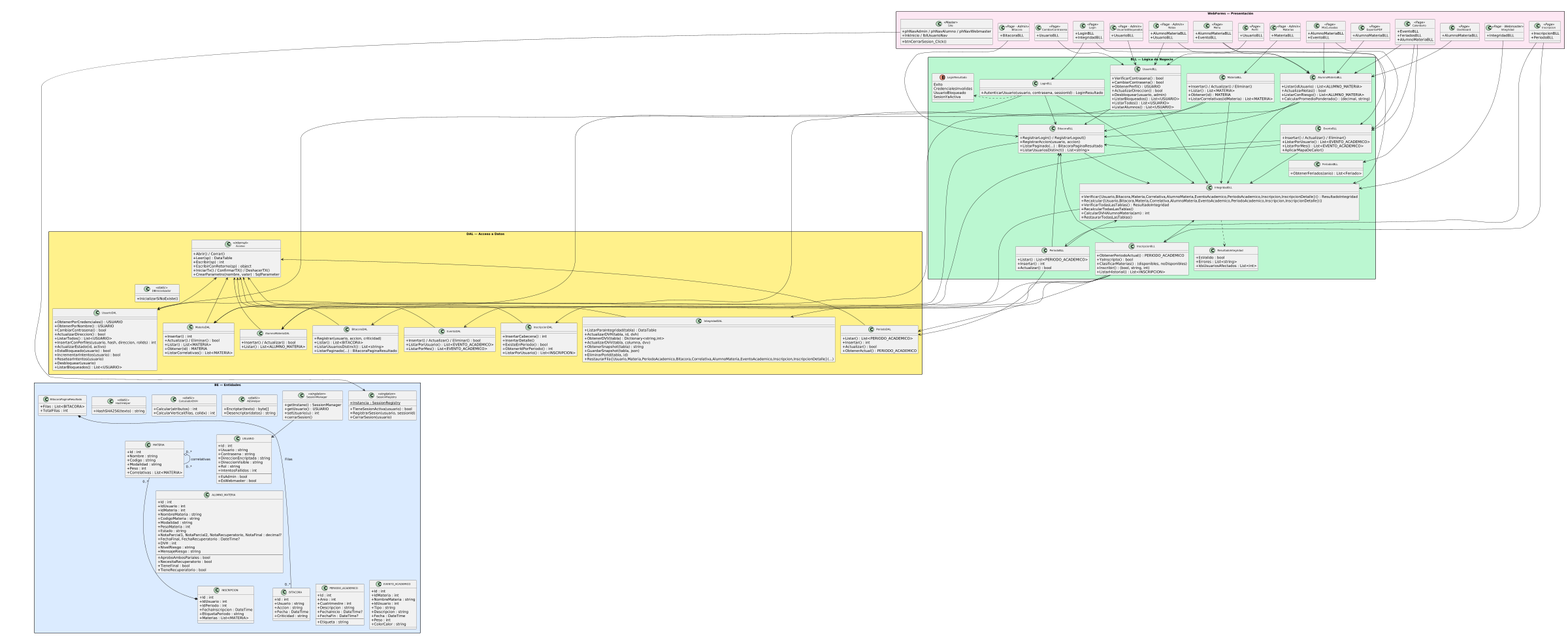
Before: DIAGRAMAS/DiagramaClases.png, a diagram exported from PlantUML (Urrels/tpDYAWeb).
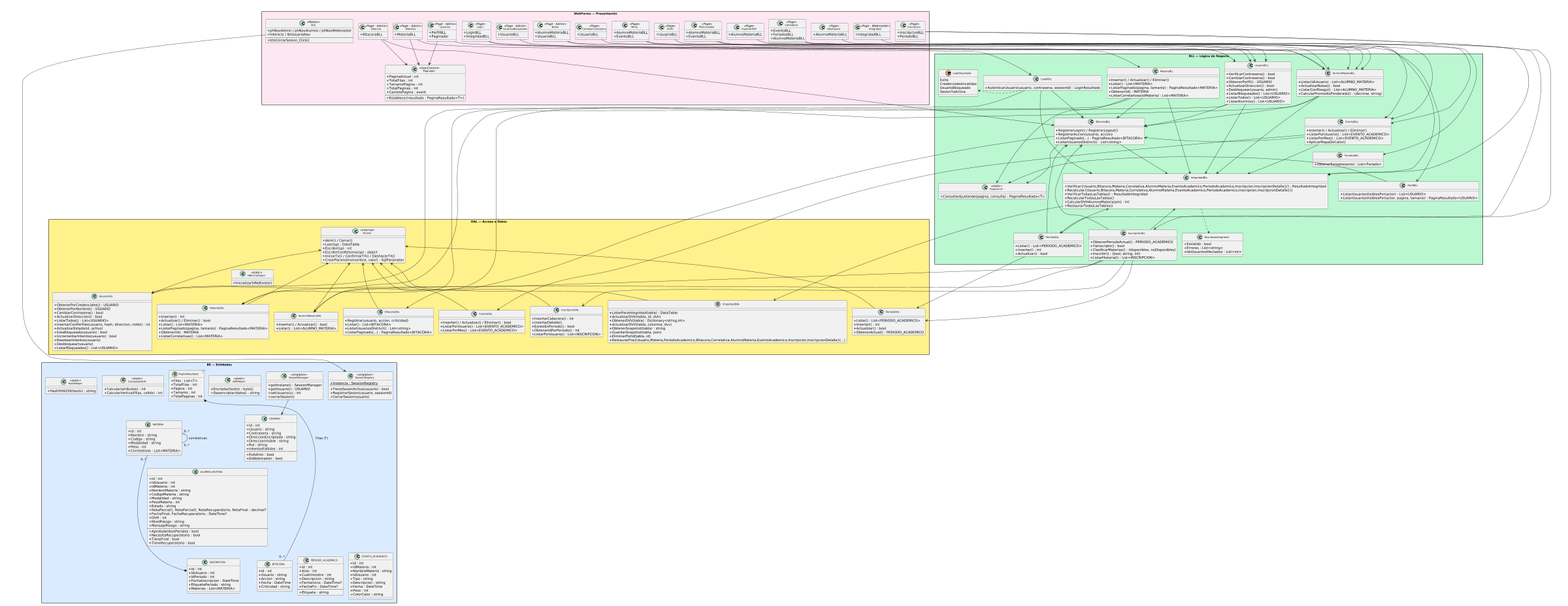
The same file after the commit.

Commit message:
docs(diagramas): reflejar el paginado en el diagrama de clases y en la secuencia del CU12

Diff of the diagram source:
```diff
@@ -94,9 +94,12 @@
     +Criticidad : string
   }
 
-  class BitacoraPaginaResultado {
-    +Filas : List<BITACORA>
+  class "PaginaResultado<T>" as PaginaResultado {
+    +Filas : List<T>
     +TotalFilas : int
+    +Pagina : int
+    +Tamanio : int
+    +TotalPaginas : int
   }
 
   class AESHelper <<static>> {
@@ -129,7 +132,7 @@
 
   MATERIA "0..*" o-- "0..*" MATERIA : correlativas
   INSCRIPCION *-- "0..*" MATERIA
-  BitacoraPaginaResultado *-- "0..*" BITACORA : Filas
+  PaginaResultado *-- "0..*" BITACORA : Filas (T)
   SessionManager --> USUARIO
 
   USUARIO               -[hidden]right-> MATERIA
@@ -138,8 +141,8 @@
   INSCRIPCION            -[hidden]right-> PERIODO_ACADEMICO
   PERIODO_ACADEMICO      -[hidden]right-> EVENTO_ACADEMICO
   EVENTO_ACADEMICO       -[hidden]right-> BITACORA
-  BITACORA               -[hidden]right-> BitacoraPaginaResultado
-  BitacoraPaginaResultado -[hidden]right-> AESHelper
+  BITACORA               -[hidden]right-> PaginaResultado
+  PaginaResultado -[hidden]right-> AESHelper
   AESHelper              -[hidden]right-> HashHelper
   HashHelper             -[hidden]right-> CalculadorDVH
   CalculadorDVH          -[hidden]right-> SessionManager
@@ -180,6 +183,7 @@
     +Insertar() : int
     +Actualizar() / Eliminar() : bool
     +Listar() : List<MATERIA>
+    +ListarPaginado(pagina, tamanio) : PaginaResultado<MATERIA>
     +Obtener(id) : MATERIA
     +ListarCorrelativas() : List<MATERIA>
   }
@@ -208,7 +212,7 @@
     +Registrar(usuario, accion, criticidad)
     +Listar() : List<BITACORA>
     +ListarUsuariosDistinct() : List<string>
-    +ListarPaginado(...) : BitacoraPaginaResultado
+    +ListarPaginado(...) : PaginaResultado<BITACORA>
   }
 
   class EventoDAL {
@@ -275,6 +279,7 @@
   class MateriaBLL {
     +Insertar() / Actualizar() / Eliminar()
     +Listar() : List<MATERIA>
+    +ListarPaginado(pagina, tamanio) : PaginaResultado<MATERIA>
     +Obtener(id) : MATERIA
     +ListarCorrelativas(idMateria) : List<MATERIA>
   }
@@ -309,7 +314,7 @@
   class BitacoraBLL {
     +RegistrarLogin() / RegistrarLogout()
     +RegistrarAccion(usuario, accion)
-    +ListarPaginado(...) : BitacoraPaginaResultado
+    +ListarPaginado(...) : PaginaResultado<BITACORA>
     +ListarUsuariosDistinct() : List<string>
   }
 
@@ -331,6 +336,15 @@
     +RecalcularTodasLasTablas()
     +CalcularDVHAlumnoMateria(am) : int
     +RestaurarTodasLasTablas()
+  }
+
+  class PerfilBLL {
+    +ListarUsuariosVisiblesPor(actor) : List<USUARIO>
+    +ListarUsuariosVisiblesPor(actor, pagina, tamanio) : PaginaResultado<USUARIO>
+  }
+
+  class Paginacion <<static>> {
+    +ConsultarAjustando(pagina, consulta) : PaginaResultado<T>
   }
 
   LoginBLL         ..> LoginResultado
@@ -363,6 +377,9 @@
   EventoBLL        --> BitacoraBLL
   EventoBLL        --> IntegridadBLL
   IntegridadBLL    --> IntegridadDAL
+  MateriaBLL       --> Paginacion
+  BitacoraBLL      --> Paginacion
+  PerfilBLL        --> Paginacion
 
   LoginBLL         -[hidden]right-> LoginResultado
   LoginResultado   -[hidden]right-> UsuarioBLL
@@ -375,6 +392,8 @@
   BitacoraBLL      -[hidden]right-> EventoBLL
   EventoBLL        -[hidden]right-> FeriadosBLL
   FeriadosBLL      -[hidden]right-> IntegridadBLL
+  IntegridadBLL    -[hidden]right-> PerfilBLL
+  PerfilBLL        -[hidden]right-> Paginacion
 }
 
 package "WebForms — Presentación" as WEB #FCE7F3 {
@@ -441,6 +460,21 @@
     +BitacoraBLL
   }
 
+  class Usuarios <<Page · Admin>> {
+    +PerfilBLL
+    +Paginador
+  }
+
+  class Paginador <<UserControl>> {
+    +PaginaActual : int
+    +TotalFilas : int
+    +TamanioPagina : int
+    +TotalPaginas : int
+    +CambioPagina : event
+    --
+    +Establecer(resultado : PaginaResultado<T>)
+  }
+
   class UsuariosBloqueados <<Page · Admin>> {
     +UsuarioBLL
   }
@@ -468,6 +502,10 @@
   Notas             --> AlumnoMateriaBLL
   Notas             --> UsuarioBLL
   Bitacora          --> BitacoraBLL
+  Bitacora          --> Paginador
+  Materias          --> Paginador
+  Usuarios          --> PerfilBLL
+  Usuarios          --> Paginador
   UsuariosBloqueados --> UsuarioBLL
   Integridad        --> IntegridadBLL
 
@@ -485,6 +523,8 @@
   Notas              -[hidden]right-> Bitacora
   Bitacora           -[hidden]right-> UsuariosBloqueados
   UsuariosBloqueados -[hidden]right-> Integridad
+  Integridad         -[hidden]right-> Usuarios
+  Usuarios           -[hidden]right-> Paginador
 }
 
 Site --> SessionRegistry
@@ -525,7 +565,7 @@
 AlumnoMateriaDAL -[hidden]down-> PERIODO_ACADEMICO
 InscripcionDAL   -[hidden]down-> EVENTO_ACADEMICO
 PeriodoDAL       -[hidden]down-> BITACORA
-BitacoraDAL      -[hidden]down-> BitacoraPaginaResultado
+BitacoraDAL      -[hidden]down-> PaginaResultado
 EventoDAL        -[hidden]down-> AESHelper
 IntegridadDAL    -[hidden]down-> HashHelper
 @enduml
```
